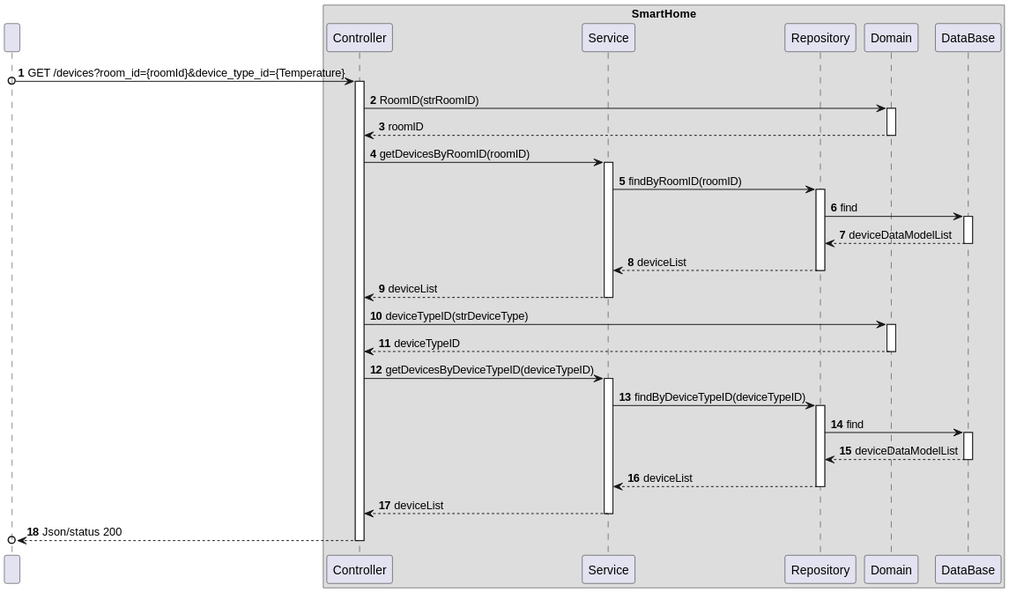
olivDiogo/SmartHome keeps this PlantUML diagram as docs/ooa/C4_4plus1_models/Level3/ProcessView/ProcessViewLevel3_UC12_v1.svg. Above is the earlier version.
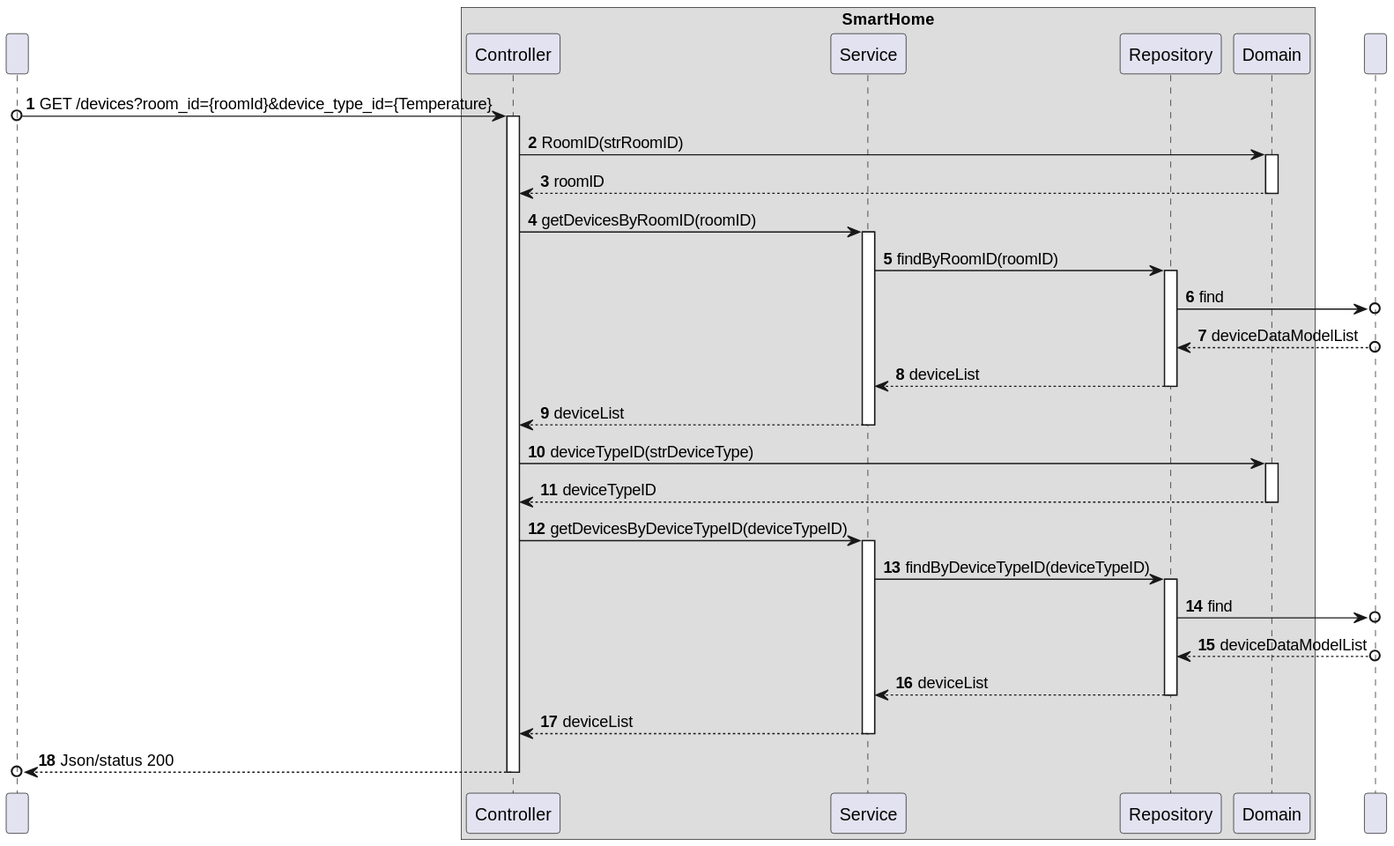
After the change.

Commit message:
docs: updates on process view level 2 and 3 diagrams

The edit, as a diff of the source:
```diff
@@ -10,8 +10,9 @@
     participant "Service" as SV
     participant "Repository" as REPO
     participant "Domain" as DOM
-    participant "DataBase" as BD
 end box
+    participant " " as BD
+
 
 
 User o-> CTRL : GET /devices?room_id={roomId}&device_type_id={Temperature}
@@ -30,12 +31,10 @@
 SV -> REPO : findByRoomID(roomID)
 activate REPO
 
-REPO -> BD : find
-activate BD
+REPO ->o BD : find
 
 
-BD --> REPO : deviceDataModelList
-deactivate BD
+BD o--> REPO : deviceDataModelList
 
 REPO --> SV : deviceList
 deactivate REPO
@@ -56,11 +55,9 @@
 SV -> REPO : findByDeviceTypeID(deviceTypeID)
 activate REPO
 
-REPO -> BD : find
-activate BD
+REPO ->o BD : find
 
-BD --> REPO : deviceDataModelList
-deactivate BD
+BD o--> REPO : deviceDataModelList
 
 REPO --> SV : deviceList
 deactivate REPO
```
